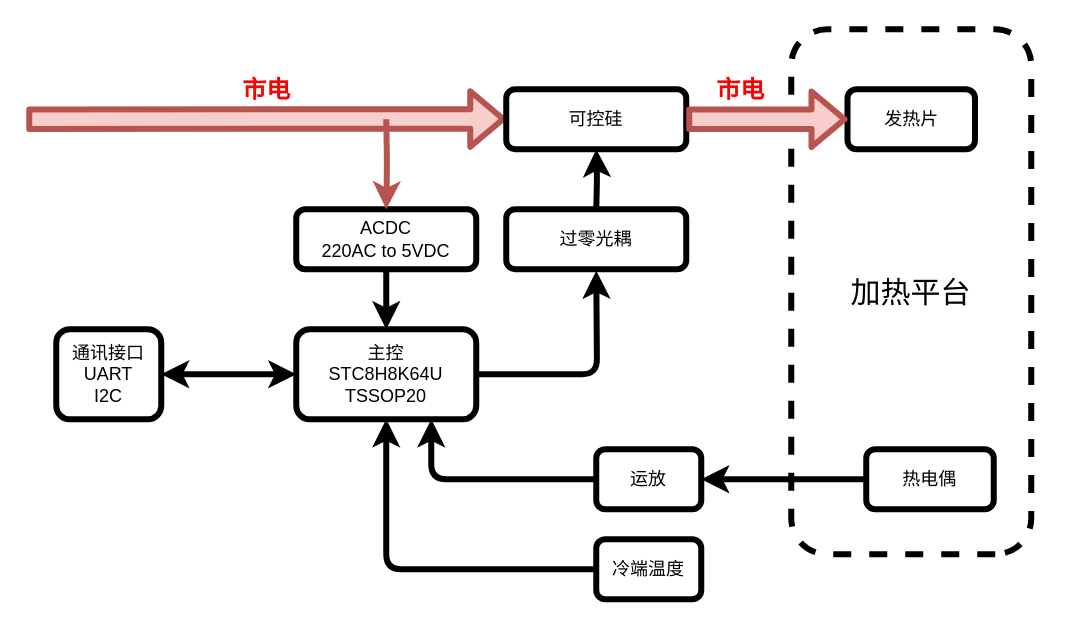
Before: docs/system.drawio in ma6254/CowHeater, a draw.io diagram. Source tidied: cells renumbered, new cells numbered last; positions are measured from the earlier drawing's top-left corner, leaving out a move shared by most shapes. Both pictures are drawn from the tidied source at 150%, with x=0, y=0 at pixel (26, 28).
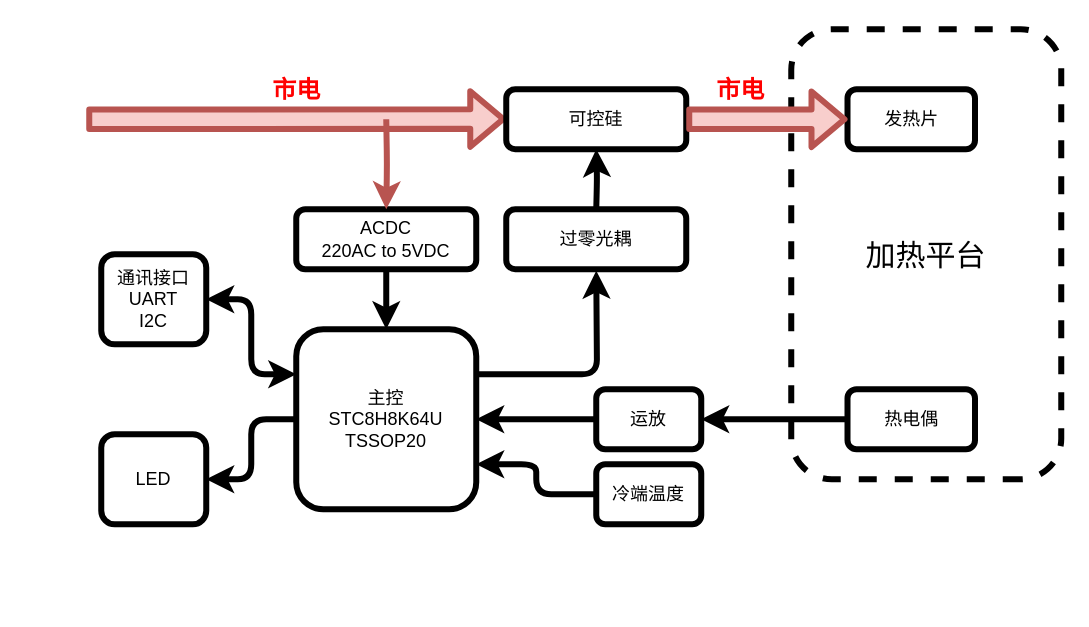
The same diagram, later.

What changed in the source:
```diff
@@
     <mxCell id="2" value="加热平台" style="rounded=1;whiteSpace=wrap;dashed=1;fillColor=none;strokeWidth=4;direction=west;fontFamily=微软雅黑;fontStyle=0;labelBorderColor=none;fontColor=default;html=1;fontSize=20;" parent="1" vertex="1">
-      <mxGeometry x="510" width="160" height="350" as="geometry" />
+      <mxGeometry x="510" width="180" height="300" as="geometry" />
     </mxCell>
+    <mxCell id="22" style="edgeStyle=orthogonalEdgeStyle;html=1;exitX=0.5;exitY=1;exitDx=0;exitDy=0;startArrow=classic;startFill=1;endArrow=none;endFill=0;strokeWidth=4;rounded=1;" parent="1" edge="1" source="3">
+      <mxGeometry relative="1" as="geometry">
+        <mxPoint x="239.7" y="320" as="targetPoint" />
+      </mxGeometry>
+    </mxCell>
     <mxCell id="3" value="主控&lt;br&gt;STC8H8K64U&lt;br&gt;TSSOP20" style="rounded=1;whiteSpace=wrap;glass=0;shadow=0;fillStyle=solid;labelBorderColor=none;fontStyle=0;strokeWidth=4;fontFamily=微软雅黑;fontColor=default;html=1;" parent="1" vertex="1">
-      <mxGeometry x="180" y="200" width="120" height="60" as="geometry" />
+      <mxGeometry x="180" y="200" width="120" height="120" as="geometry" />
     </mxCell>
@@
     <mxCell id="6" value="市电" style="shape=flexArrow;endArrow=block;fontColor=#FF0000;labelBackgroundColor=none;labelBorderColor=none;fontStyle=1;shadow=0;strokeWidth=4;fontFamily=微软雅黑;html=1;fillColor=#f8cecc;strokeColor=#b85450;fontSize=16;rounded=1;endFill=0;" parent="1" edge="1">
       <mxGeometry y="20" relative="1" as="geometry">
-        <mxPoint y="60" as="sourcePoint" />
+        <mxPoint x="40" y="60" as="sourcePoint" />
         <mxPoint x="320" y="59.8" as="targetPoint" />
       </mxGeometry>
     </mxCell>
@@
+    <mxCell id="13" style="html=1;exitX=0;exitY=0.5;exitDx=0;exitDy=0;entryX=1;entryY=0.5;entryDx=0;entryDy=0;strokeWidth=4;edgeStyle=orthogonalEdgeStyle;rounded=1;" parent="1" edge="1" source="11" target="12">
+      <mxGeometry relative="1" as="geometry" />
+    </mxCell>
     <mxCell id="11" value="热电偶" style="rounded=1;whiteSpace=wrap;glass=0;shadow=0;labelBorderColor=none;fontStyle=0;strokeWidth=4;fontFamily=微软雅黑;fontColor=default;html=1;" parent="1" vertex="1">
-      <mxGeometry x="560" y="280" width="85" height="40" as="geometry" />
+      <mxGeometry x="547.5" y="240" width="85" height="40" as="geometry" />
     </mxCell>
     <mxCell id="12" value="运放" style="rounded=1;whiteSpace=wrap;glass=0;shadow=0;labelBorderColor=none;fontStyle=0;strokeWidth=4;fontFamily=微软雅黑;fontColor=default;html=1;" parent="1" vertex="1">
-      <mxGeometry x="380" y="280" width="70" height="40" as="geometry" />
+      <mxGeometry x="380" y="240" width="70" height="40" as="geometry" />
     </mxCell>
-    <mxCell id="13" style="edgeStyle=orthogonalEdgeStyle;rounded=1;jettySize=auto;exitX=0;exitY=0.5;exitDx=0;exitDy=0;entryX=1;entryY=0.5;entryDx=0;entryDy=0;labelBorderColor=none;fontColor=default;fontStyle=0;shadow=0;strokeWidth=4;fontFamily=微软雅黑;html=1;" parent="1" edge="1" source="11" target="12">
-      <mxGeometry relative="1" as="geometry" />
-    </mxCell>
@@
-    <mxCell id="16" style="endArrow=classic;labelBorderColor=none;fontColor=default;fontStyle=0;shadow=0;strokeWidth=4;fontFamily=微软雅黑;html=1;rounded=1;edgeStyle=orthogonalEdgeStyle;exitX=1;exitY=0.5;exitDx=0;exitDy=0;" parent="1" edge="1" source="3">
+    <mxCell id="16" style="endArrow=classic;labelBorderColor=none;fontColor=default;fontStyle=0;shadow=0;strokeWidth=4;fontFamily=微软雅黑;html=1;rounded=1;edgeStyle=orthogonalEdgeStyle;exitX=1;exitY=0.25;exitDx=0;exitDy=0;" parent="1" edge="1" source="3">
       <mxGeometry relative="1" as="geometry">
         <mxPoint x="380" y="161" as="targetPoint" />
       </mxGeometry>
     </mxCell>
-    <mxCell id="17" style="endArrow=classic;entryX=0.75;entryY=1;entryDx=0;entryDy=0;labelBorderColor=none;fontColor=default;fontStyle=0;shadow=0;strokeWidth=4;fontFamily=微软雅黑;html=1;rounded=1;edgeStyle=orthogonalEdgeStyle;exitX=0;exitY=0.5;exitDx=0;exitDy=0;" parent="1" edge="1" source="12" target="3">
+    <mxCell id="17" style="endArrow=classic;entryX=1;entryY=0.5;entryDx=0;entryDy=0;labelBorderColor=none;fontColor=default;fontStyle=0;shadow=0;strokeWidth=4;fontFamily=微软雅黑;html=1;rounded=1;edgeStyle=orthogonalEdgeStyle;exitX=0;exitY=0.5;exitDx=0;exitDy=0;" parent="1" edge="1" source="12" target="3">
       <mxGeometry relative="1" as="geometry" />
     </mxCell>
     <mxCell id="18" value="通讯接口&lt;br&gt;UART&lt;br&gt;I2C" style="whiteSpace=wrap;html=1;fontFamily=微软雅黑;rounded=1;glass=0;shadow=0;fillStyle=solid;labelBorderColor=none;fontStyle=0;strokeWidth=4;" parent="1" vertex="1">
-      <mxGeometry x="20" y="200" width="70" height="60" as="geometry" />
+      <mxGeometry x="50" y="150" width="70" height="60" as="geometry" />
     </mxCell>
-    <mxCell id="19" style="endArrow=classic;startArrow=classic;html=1;rounded=1;strokeWidth=4;exitX=1;exitY=0.5;exitDx=0;exitDy=0;entryX=0;entryY=0.5;entryDx=0;entryDy=0;edgeStyle=orthogonalEdgeStyle;" parent="1" edge="1" source="18" target="3">
+    <mxCell id="19" style="endArrow=classic;startArrow=classic;html=1;rounded=1;strokeWidth=4;exitX=1;exitY=0.5;exitDx=0;exitDy=0;entryX=0;entryY=0.25;entryDx=0;entryDy=0;edgeStyle=orthogonalEdgeStyle;" parent="1" edge="1" source="18" target="3">
       <mxGeometry relative="1" as="geometry" />
     </mxCell>
-    <mxCell id="20" style="edgeStyle=orthogonalEdgeStyle;html=1;exitX=0;exitY=0.5;exitDx=0;exitDy=0;entryX=0.5;entryY=1;entryDx=0;entryDy=0;strokeWidth=4;rounded=1;" parent="1" edge="1" source="21" target="3">
+    <mxCell id="20" style="edgeStyle=orthogonalEdgeStyle;html=1;exitX=0;exitY=0.5;exitDx=0;exitDy=0;entryX=1;entryY=0.75;entryDx=0;entryDy=0;strokeWidth=4;rounded=1;" parent="1" edge="1" source="21" target="3">
       <mxGeometry relative="1" as="geometry" />
     </mxCell>
     <mxCell id="21" value="冷端温度" style="rounded=1;whiteSpace=wrap;glass=0;shadow=0;labelBorderColor=none;fontStyle=0;strokeWidth=4;fontFamily=微软雅黑;fontColor=default;html=1;" parent="1" vertex="1">
-      <mxGeometry x="380" y="340" width="70" height="40" as="geometry" />
+      <mxGeometry x="380" y="290" width="70" height="40" as="geometry" />
     </mxCell>
+    <mxCell id="23" style="edgeStyle=orthogonalEdgeStyle;html=1;entryX=0;entryY=0.5;entryDx=0;entryDy=0;strokeWidth=4;startArrow=classic;startFill=1;endArrow=none;endFill=0;rounded=1;" parent="1" edge="1" source="24" target="3">
+      <mxGeometry relative="1" as="geometry" />
+    </mxCell>
+    <mxCell id="24" value="LED" style="whiteSpace=wrap;html=1;fontFamily=微软雅黑;rounded=1;glass=0;shadow=0;fillStyle=solid;labelBorderColor=none;fontStyle=0;strokeWidth=4;" parent="1" vertex="1">
+      <mxGeometry x="50" y="270" width="70" height="60" as="geometry" />
+    </mxCell>
```
